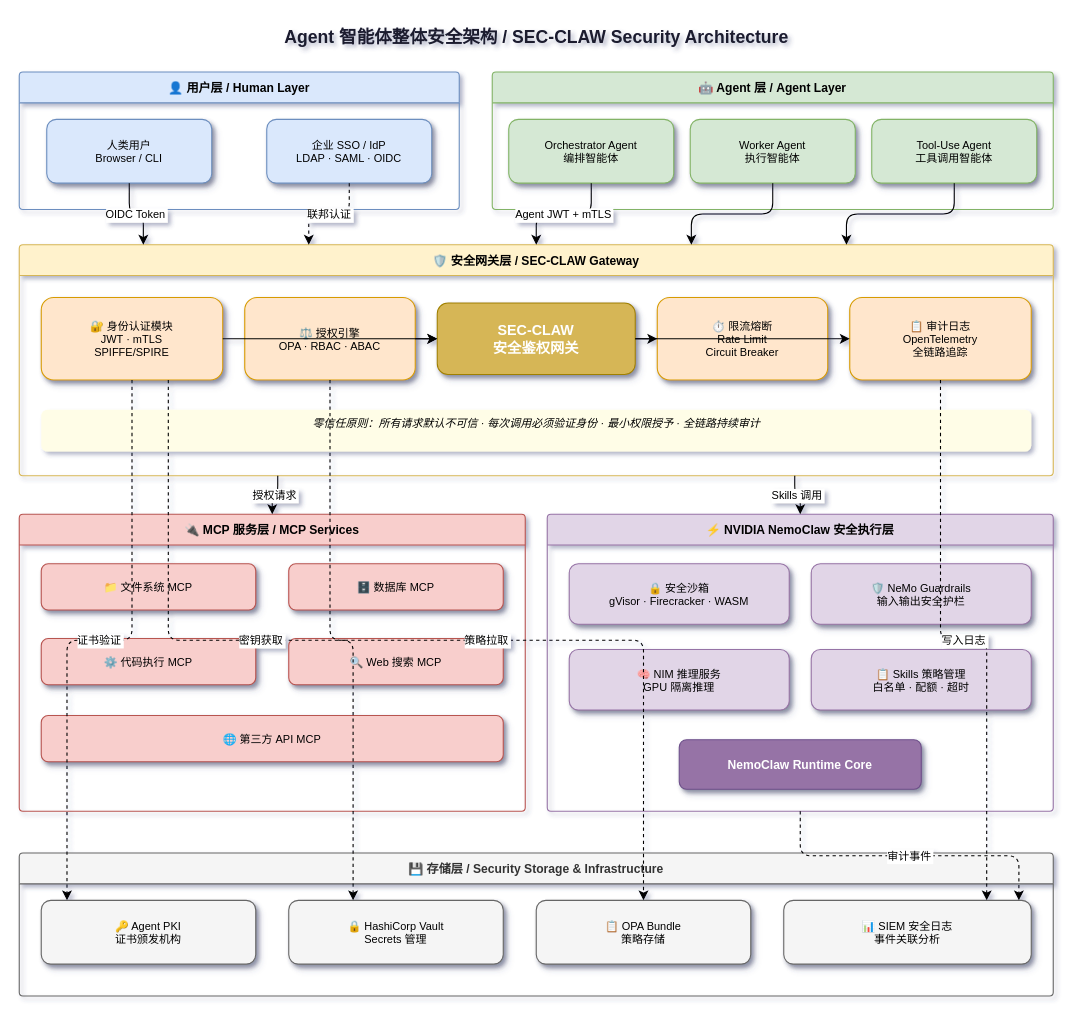
Earlier version of the draw.io diagram prompt/未命名绘图.drawio (helloiss/ai_hub). Source tidied: cells renumbered, new cells numbered last; positions are measured from the earlier drawing's top-left corner, leaving out a move shared by most shapes. Both pictures are drawn from the tidied source at 110%, with x=0, y=0 at pixel (19, 19).
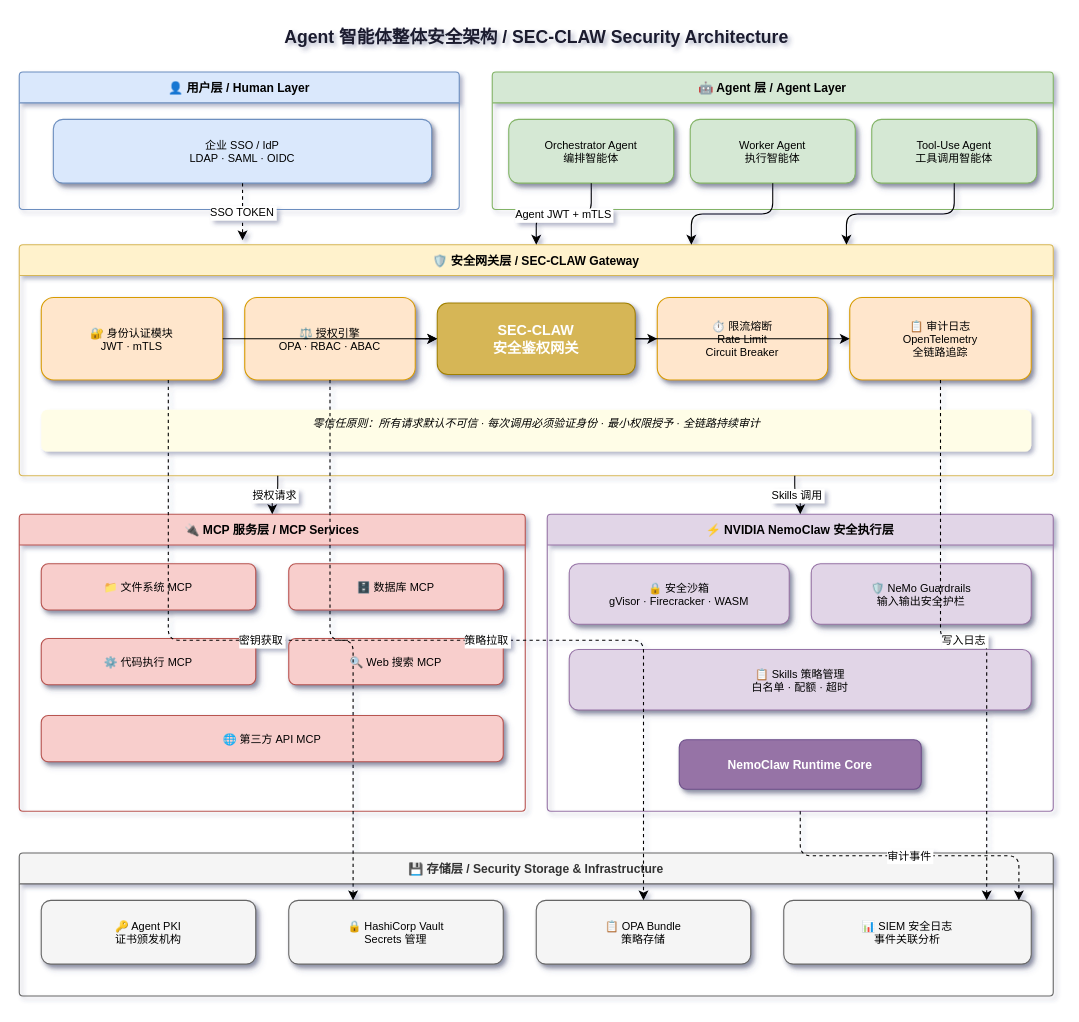
Above is the later version.

Commit message:
更新未命名绘图.drawio

The change refers to these unchanged cells:
```xml
<mxCell id="3" value="👤 用户层 / Human Layer" style="swimlane;startSize=28;fillColor=#dae8fc;strokeColor=#6c8ebf;fontStyle=1;fontSize=11;rounded=1;arcSize=4;" parent="1" vertex="1">
  <mxGeometry y="48" width="400" height="125" as="geometry" />
</mxCell>
<mxCell id="10" value="🛡️ 安全网关层 / SEC-CLAW Gateway" style="swimlane;startSize=28;fillColor=#fff2cc;strokeColor=#d6b656;fontStyle=1;fontSize=11;rounded=1;arcSize=4;" parent="1" vertex="1">
  <mxGeometry y="205" width="940" height="210" as="geometry" />
</mxCell>
<mxCell id="27" value="⚡ NVIDIA NemoClaw 安全执行层" style="swimlane;startSize=28;fillColor=#e1d5e7;strokeColor=#9673a6;fontStyle=1;fontSize=11;rounded=1;arcSize=4;" parent="1" vertex="1">
  <mxGeometry x="480" y="450" width="460" height="270" as="geometry" />
</mxCell>
<mxCell id="34" value="🔑 Agent PKI&#10;证书颁发机构" style="rounded=1;whiteSpace=wrap;fillColor=#f5f5f5;strokeColor=#666666;fontSize=10;shadow=1;" parent="33" vertex="1">
  <mxGeometry x="20" y="43" width="195" height="58" as="geometry" />
</mxCell>
```

Diff of the diagram source:
```diff
@@
-    <mxCell id="4" value="人类用户&#10;Browser / CLI" style="rounded=1;whiteSpace=wrap;fillColor=#dae8fc;strokeColor=#6c8ebf;fontSize=10;shadow=1;" parent="3" vertex="1">
-      <mxGeometry x="25" y="43" width="150" height="58" as="geometry" />
-    </mxCell>
     <mxCell id="5" value="企业 SSO / IdP&#10;LDAP · SAML · OIDC" style="rounded=1;whiteSpace=wrap;fillColor=#dae8fc;strokeColor=#6c8ebf;fontSize=10;shadow=1;" parent="3" vertex="1">
-      <mxGeometry x="225" y="43" width="150" height="58" as="geometry" />
+      <mxGeometry x="31" y="43" width="344" height="58" as="geometry" />
     </mxCell>
@@
-    <mxCell id="11" value="🔐 身份认证模块&#10;JWT · mTLS&#10;SPIFFE/SPIRE" style="rounded=1;whiteSpace=wrap;fillColor=#ffe6cc;strokeColor=#d79b00;fontSize=10;shadow=1;" parent="10" vertex="1">
+    <mxCell id="11" value="🔐 身份认证模块&#10;JWT · mTLS" style="rounded=1;whiteSpace=wrap;fillColor=#ffe6cc;strokeColor=#d79b00;fontSize=10;shadow=1;" parent="10" vertex="1">
       <mxGeometry x="20" y="48" width="165" height="75" as="geometry" />
     </mxCell>
@@
-    <mxCell id="30" value="🧠 NIM 推理服务&#10;GPU 隔离推理" style="rounded=1;whiteSpace=wrap;fillColor=#e1d5e7;strokeColor=#9673a6;fontSize=10;shadow=1;" parent="27" vertex="1">
-      <mxGeometry x="20" y="123" width="200" height="55" as="geometry" />
-    </mxCell>
     <mxCell id="31" value="📋 Skills 策略管理&#10;白名单 · 配额 · 超时" style="rounded=1;whiteSpace=wrap;fillColor=#e1d5e7;strokeColor=#9673a6;fontSize=10;shadow=1;" parent="27" vertex="1">
-      <mxGeometry x="240" y="123" width="200" height="55" as="geometry" />
+      <mxGeometry x="20" y="123" width="420" height="55" as="geometry" />
     </mxCell>
@@
-    <mxCell id="38" value="OIDC Token" style="edgeStyle=orthogonalEdgeStyle;fontSize=10;entryX=0.12;entryY=0;entryDx=0;entryDy=0;exitX=0.5;exitY=1;exitDx=0;exitDy=0;" parent="1" edge="1" source="4" target="10">
-      <mxGeometry relative="1" as="geometry" />
-    </mxCell>
-    <mxCell id="39" value="联邦认证" style="edgeStyle=orthogonalEdgeStyle;fontSize=10;dashed=1;entryX=0.28;entryY=0;entryDx=0;entryDy=0;exitX=0.5;exitY=1;exitDx=0;exitDy=0;" parent="1" edge="1" source="5" target="10">
-      <mxGeometry relative="1" as="geometry" />
+    <mxCell id="39" value="SSO TOKEN" style="edgeStyle=orthogonalEdgeStyle;fontSize=10;dashed=1;exitX=0.5;exitY=1;exitDx=0;exitDy=0;" parent="1" edge="1" source="5">
+      <mxGeometry relative="1" as="geometry">
+        <mxPoint x="203" y="201" as="targetPoint" />
+      </mxGeometry>
     </mxCell>
@@
-    <mxCell id="45" value="证书验证" style="edgeStyle=orthogonalEdgeStyle;fontSize=10;dashed=1;exitX=0.5;exitY=1;exitDx=0;exitDy=0;entryX=0.12;entryY=0;entryDx=0;entryDy=0;" parent="1" edge="1" source="11" target="34">
-      <mxGeometry relative="1" as="geometry" />
-    </mxCell>
```
